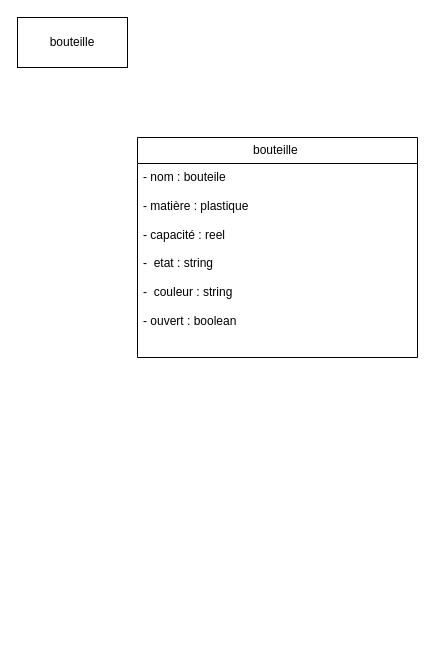
Before: Algo/Pseudo_code/diagramme/Diagramme la bouteille .drawio in lores42/ABCDEV_2310, a draw.io diagram. Source tidied: cells renumbered, new cells numbered last; positions are measured from the earlier drawing's top-left corner, leaving out a move shared by most shapes. Both pictures are drawn from the tidied source at 100%, with x=0, y=0 at pixel (17, 17).
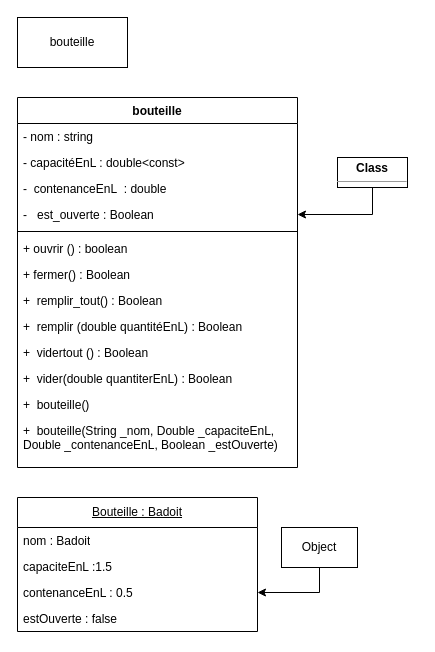
After the change.

What changed in the source:
```diff
@@
-    <mxCell id="3" value="bouteille&amp;nbsp;" style="swimlane;fontStyle=0;horizontal=1;startSize=26;fillColor=none;whiteSpace=wrap;html=1;" parent="1" vertex="1">
-      <mxGeometry x="120" y="120" width="280" height="220" as="geometry" />
+    <mxCell id="3" value="bouteille" style="swimlane;fontStyle=1;align=center;verticalAlign=top;horizontal=1;startSize=26;whiteSpace=wrap;html=1;" parent="1" vertex="1">
+      <mxGeometry y="80" width="280" height="370" as="geometry" />
     </mxCell>
-    <mxCell id="4" value="- nom : bouteile&amp;nbsp;&lt;br&gt;&lt;br&gt;- matière : plastique&amp;nbsp;&lt;br&gt;&lt;br&gt;- capacité : reel&amp;nbsp;&lt;br&gt;&lt;br&gt;-&amp;nbsp; etat : string&amp;nbsp;&lt;br&gt;&lt;br&gt;-&amp;nbsp; couleur : string&lt;br&gt;&lt;br&gt;- ouvert : boolean&amp;nbsp;" style="text;strokeColor=none;fillColor=none;align=left;verticalAlign=top;spacingLeft=4;spacingRight=4;overflow=hidden;whiteSpace=wrap;html=1;" parent="3" vertex="1">
-      <mxGeometry y="26" width="280" height="194" as="geometry" />
-    </mxCell>
+    <mxCell id="5" value="- nom : string" style="text;strokeColor=none;fillColor=none;align=left;verticalAlign=top;spacingLeft=4;spacingRight=4;overflow=hidden;whiteSpace=wrap;html=1;" parent="3" vertex="1">
+      <mxGeometry y="26" width="280" height="26" as="geometry" />
+    </mxCell>
+    <mxCell id="6" value="- capacitéEnL : double&amp;lt;const&amp;gt;" style="text;strokeColor=none;fillColor=none;align=left;verticalAlign=top;spacingLeft=4;spacingRight=4;overflow=hidden;whiteSpace=wrap;html=1;" parent="3" vertex="1">
+      <mxGeometry y="52" width="280" height="26" as="geometry" />
+    </mxCell>
+    <mxCell id="7" value="-&amp;nbsp; contenanceEnL&amp;nbsp; : double" style="text;strokeColor=none;fillColor=none;align=left;verticalAlign=top;spacingLeft=4;spacingRight=4;overflow=hidden;whiteSpace=wrap;html=1;" parent="3" vertex="1">
+      <mxGeometry y="78" width="280" height="26" as="geometry" />
+    </mxCell>
+    <mxCell id="8" value="-&amp;nbsp; &amp;nbsp;est_ouverte : Boolean" style="text;strokeColor=none;fillColor=none;align=left;verticalAlign=top;spacingLeft=4;spacingRight=4;overflow=hidden;points=[[0,0.5],[1,0.5]];portConstraint=eastwest;whiteSpace=wrap;html=1;" parent="3" vertex="1">
+      <mxGeometry y="104" width="280" height="26" as="geometry" />
+    </mxCell>
+    <mxCell id="9" style="line;strokeWidth=1;fillColor=none;align=left;verticalAlign=middle;spacingTop=-1;spacingLeft=3;spacingRight=3;labelPosition=right;strokeColor=inherit;" parent="3" vertex="1">
+      <mxGeometry y="130" width="280" height="8" as="geometry" />
+    </mxCell>
+    <mxCell id="10" value="+ ouvrir () : boolean&lt;br&gt;" style="text;strokeColor=none;fillColor=none;align=left;verticalAlign=top;spacingLeft=4;spacingRight=4;overflow=hidden;whiteSpace=wrap;html=1;" parent="3" vertex="1">
+      <mxGeometry y="138" width="280" height="26" as="geometry" />
+    </mxCell>
+    <mxCell id="11" value="+ fermer() : Boolean" style="text;strokeColor=none;fillColor=none;align=left;verticalAlign=top;spacingLeft=4;spacingRight=4;overflow=hidden;whiteSpace=wrap;html=1;" parent="3" vertex="1">
+      <mxGeometry y="164" width="280" height="26" as="geometry" />
+    </mxCell>
+    <mxCell id="12" value="+&amp;nbsp; remplir_tout() : Boolean" style="text;strokeColor=none;fillColor=none;align=left;verticalAlign=top;spacingLeft=4;spacingRight=4;overflow=hidden;whiteSpace=wrap;html=1;" parent="3" vertex="1">
+      <mxGeometry y="190" width="280" height="26" as="geometry" />
+    </mxCell>
+    <mxCell id="13" value="+&amp;nbsp; remplir (double quantitéEnL) : Boolean" style="text;strokeColor=none;fillColor=none;align=left;verticalAlign=top;spacingLeft=4;spacingRight=4;overflow=hidden;whiteSpace=wrap;html=1;" parent="3" vertex="1">
+      <mxGeometry y="216" width="280" height="26" as="geometry" />
+    </mxCell>
+    <mxCell id="14" value="+&amp;nbsp; vidertout () : Boolean&lt;br&gt;" style="text;strokeColor=none;fillColor=none;align=left;verticalAlign=top;spacingLeft=4;spacingRight=4;overflow=hidden;whiteSpace=wrap;html=1;" parent="3" vertex="1">
+      <mxGeometry y="242" width="280" height="26" as="geometry" />
+    </mxCell>
+    <mxCell id="15" value="+&amp;nbsp; vider(double quantiterEnL) : Boolean" style="text;strokeColor=none;fillColor=none;align=left;verticalAlign=top;spacingLeft=4;spacingRight=4;overflow=hidden;whiteSpace=wrap;html=1;" parent="3" vertex="1">
+      <mxGeometry y="268" width="280" height="26" as="geometry" />
+    </mxCell>
+    <mxCell id="16" value="+&amp;nbsp; bouteille()" style="text;strokeColor=none;fillColor=none;align=left;verticalAlign=top;spacingLeft=4;spacingRight=4;overflow=hidden;whiteSpace=wrap;html=1;" parent="3" vertex="1">
+      <mxGeometry y="294" width="280" height="26" as="geometry" />
+    </mxCell>
+    <mxCell id="17" value="+&amp;nbsp; bouteille(String _nom, Double _capaciteEnL, Double _contenanceEnL, Boolean _estOuverte)&amp;nbsp;" style="text;strokeColor=none;fillColor=none;align=left;verticalAlign=top;spacingLeft=4;spacingRight=4;overflow=hidden;whiteSpace=wrap;html=1;" parent="3" vertex="1">
+      <mxGeometry y="320" width="280" height="50" as="geometry" />
+    </mxCell>
+    <mxCell id="18" value="&lt;u&gt;Bouteille : Badoit&lt;/u&gt;" style="swimlane;fontStyle=0;horizontal=1;startSize=30;fillColor=none;whiteSpace=wrap;html=1;" parent="1" vertex="1">
+      <mxGeometry y="480" width="240" height="134" as="geometry" />
+    </mxCell>
+    <mxCell id="19" value="nom : Badoit" style="text;strokeColor=none;fillColor=none;align=left;verticalAlign=top;spacingLeft=4;spacingRight=4;overflow=hidden;whiteSpace=wrap;html=1;" parent="18" vertex="1">
+      <mxGeometry y="30" width="240" height="26" as="geometry" />
+    </mxCell>
+    <mxCell id="20" value="capaciteEnL :1.5" style="text;strokeColor=none;fillColor=none;align=left;verticalAlign=top;spacingLeft=4;spacingRight=4;overflow=hidden;whiteSpace=wrap;html=1;" parent="18" vertex="1">
+      <mxGeometry y="56" width="240" height="26" as="geometry" />
+    </mxCell>
+    <mxCell id="21" value="contenanceEnL : 0.5" style="text;strokeColor=none;fillColor=none;align=left;verticalAlign=top;spacingLeft=4;spacingRight=4;overflow=hidden;points=[[0,0.5],[1,0.5]];portConstraint=eastwest;whiteSpace=wrap;html=1;" parent="18" vertex="1">
+      <mxGeometry y="82" width="240" height="26" as="geometry" />
+    </mxCell>
+    <mxCell id="22" value="estOuverte : false" style="text;strokeColor=none;fillColor=none;align=left;verticalAlign=top;spacingLeft=4;spacingRight=4;overflow=hidden;whiteSpace=wrap;html=1;" parent="18" vertex="1">
+      <mxGeometry y="108" width="240" height="26" as="geometry" />
+    </mxCell>
+    <mxCell id="23" style="edgeStyle=orthogonalEdgeStyle;rounded=0;jettySize=auto;html=1;" parent="1" edge="1" source="24" target="8">
+      <mxGeometry relative="1" as="geometry" />
+    </mxCell>
+    <mxCell id="24" value="&lt;p style=&quot;margin:0px;margin-top:4px;text-align:center;&quot;&gt;&lt;b&gt;Class&lt;/b&gt;&lt;/p&gt;&lt;hr size=&quot;1&quot;/&gt;&lt;div style=&quot;height:2px;&quot;&gt;&lt;/div&gt;&lt;hr size=&quot;1&quot;/&gt;&lt;div style=&quot;height:2px;&quot;&gt;&lt;/div&gt;" style="verticalAlign=top;align=left;overflow=fill;fontSize=12;fontFamily=Helvetica;html=1;whiteSpace=wrap;" parent="1" vertex="1">
+      <mxGeometry x="320" y="140" width="70" height="30" as="geometry" />
+    </mxCell>
+    <mxCell id="25" style="edgeStyle=orthogonalEdgeStyle;rounded=0;jettySize=auto;html=1;" parent="1" edge="1" source="26" target="21">
+      <mxGeometry relative="1" as="geometry" />
+    </mxCell>
+    <mxCell id="26" value="Object" style="html=1;whiteSpace=wrap;" parent="1" vertex="1">
+      <mxGeometry x="264" y="510" width="76" height="40" as="geometry" />
+    </mxCell>
```
